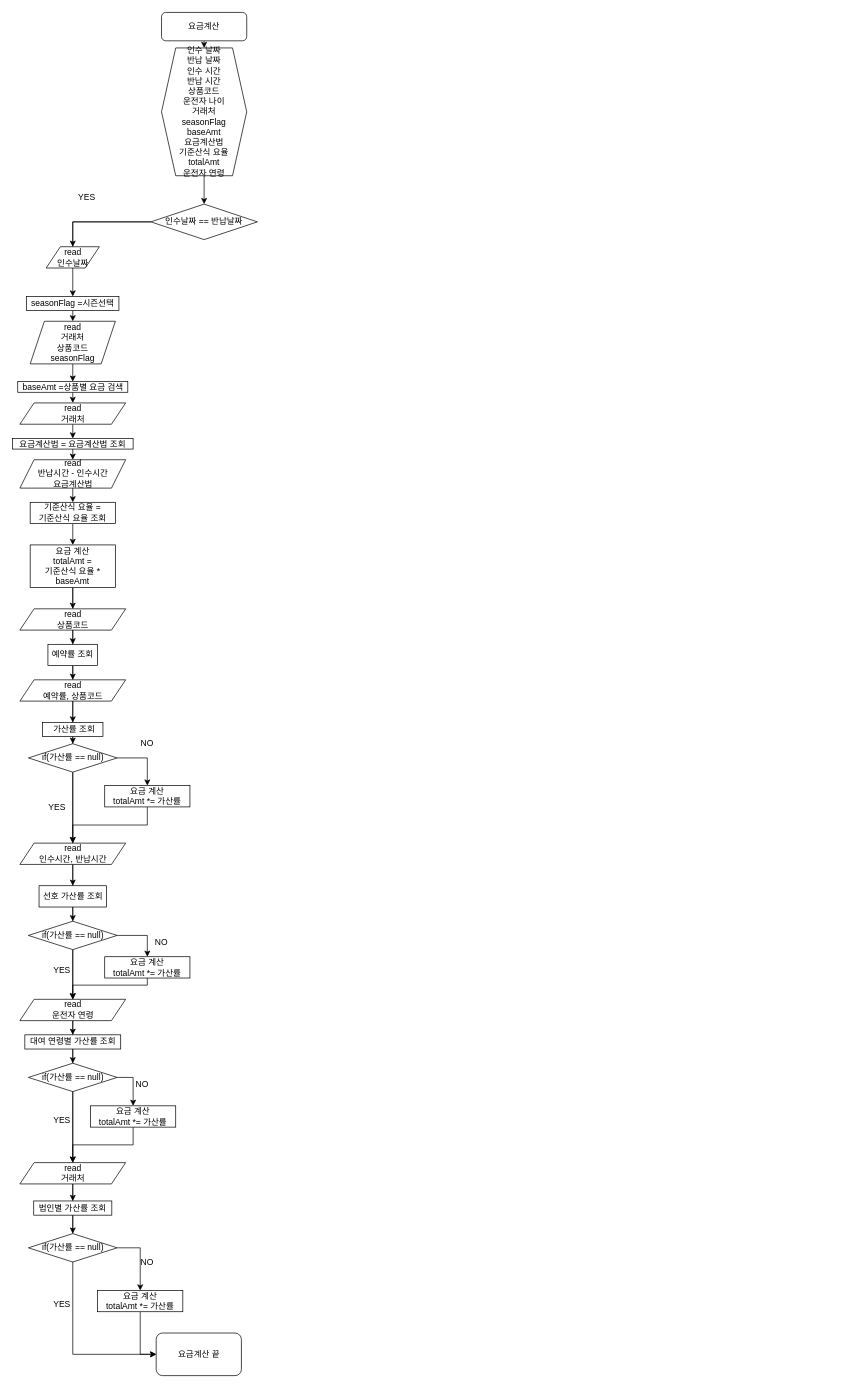
Before: AmtCalc.drawio in nsnnsn12/TestProject, a draw.io diagram. Source tidied: cells renumbered, new cells numbered last; positions are measured from the earlier drawing's top-left corner, leaving out a move shared by most shapes. Both pictures are drawn from the tidied source at 71%, with x=0, y=0 at pixel (12, 12).
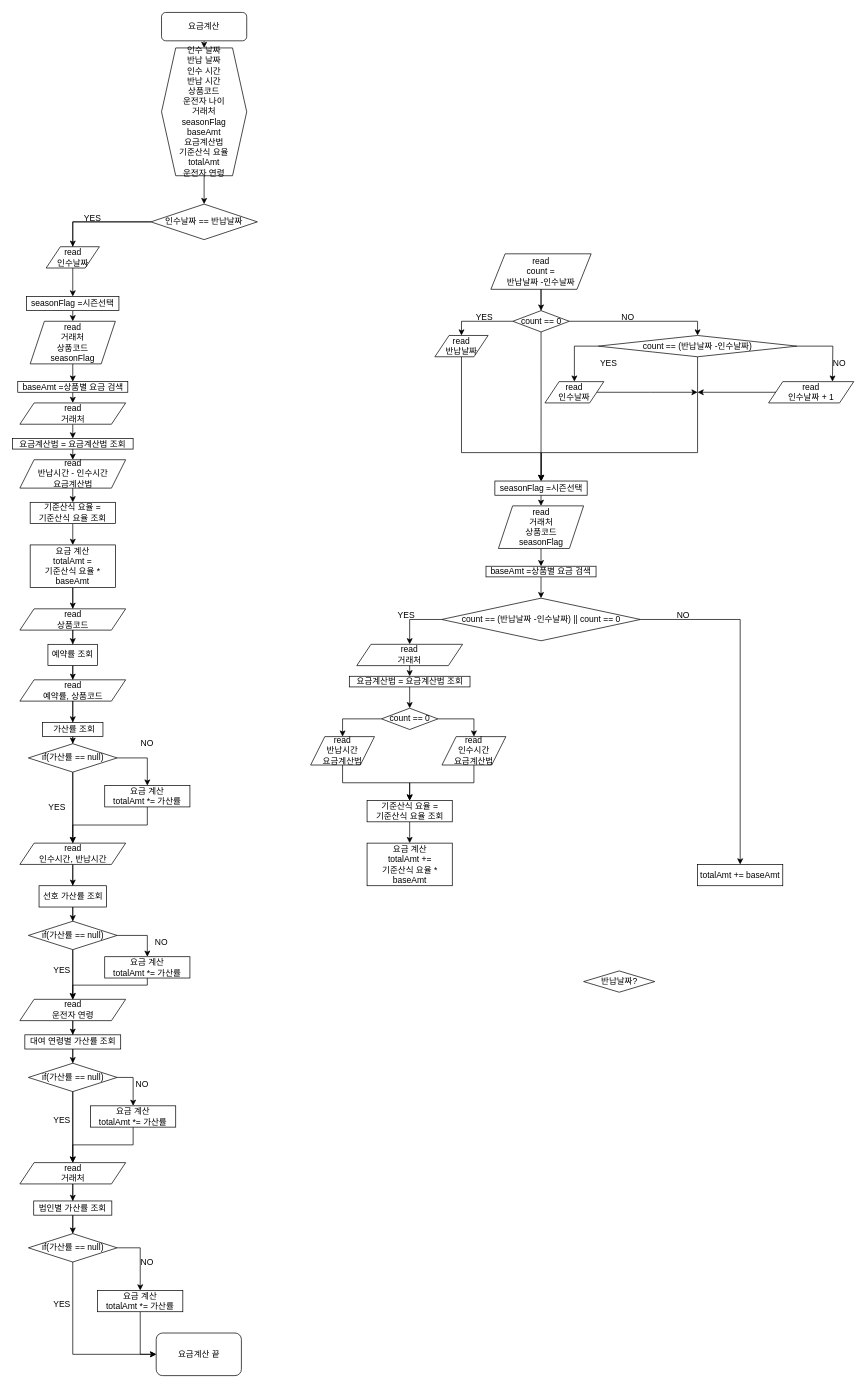
Above is the later version.

Change to the diagram source:
```diff
@@
     <mxCell id="17" value="YES" style="text;html=1;strokeColor=none;fillColor=none;align=center;verticalAlign=middle;whiteSpace=wrap;rounded=0;" parent="1" vertex="1">
-      <mxGeometry x="85" y="250" width="40" height="20" as="geometry" />
+      <mxGeometry x="92.5" y="280" width="40" height="20" as="geometry" />
     </mxCell>
@@
+    <mxCell id="77" style="edgeStyle=orthogonalEdgeStyle;rounded=0;jettySize=auto;html=1;exitX=0.5;exitY=1;exitDx=0;exitDy=0;entryX=0.5;entryY=0;entryDx=0;entryDy=0;" parent="1" edge="1" source="78" target="80">
+      <mxGeometry relative="1" as="geometry" />
+    </mxCell>
+    <mxCell id="78" value="read&lt;br&gt;거래처&lt;br&gt;상품코드&lt;br&gt;seasonFlag" style="shape=parallelogram;perimeter=parallelogramPerimeter;whiteSpace=wrap;html=1;fixedSize=1;" parent="1" vertex="1">
+      <mxGeometry x="684.5" y="695" width="120" height="60" as="geometry" />
+    </mxCell>
+    <mxCell id="79" style="edgeStyle=orthogonalEdgeStyle;rounded=0;jettySize=auto;html=1;exitX=0.5;exitY=1;exitDx=0;exitDy=0;entryX=0.5;entryY=0;entryDx=0;entryDy=0;" parent="1" edge="1" source="80" target="113">
+      <mxGeometry relative="1" as="geometry" />
+    </mxCell>
+    <mxCell id="80" value="baseAmt =상품별 요금 검색&lt;br&gt;" style="rounded=0;whiteSpace=wrap;html=1;" parent="1" vertex="1">
+      <mxGeometry x="667" y="780" width="155" height="15" as="geometry" />
+    </mxCell>
+    <mxCell id="81" style="edgeStyle=orthogonalEdgeStyle;rounded=0;jettySize=auto;html=1;exitX=0.5;exitY=1;exitDx=0;exitDy=0;entryX=0.5;entryY=0;entryDx=0;entryDy=0;startArrow=none;" parent="1" edge="1" source="95" target="85">
+      <mxGeometry relative="1" as="geometry" />
+    </mxCell>
+    <mxCell id="82" style="edgeStyle=orthogonalEdgeStyle;rounded=0;jettySize=auto;html=1;exitX=0.5;exitY=1;exitDx=0;exitDy=0;entryX=0.5;entryY=0;entryDx=0;entryDy=0;" parent="1" edge="1" source="83" target="95">
+      <mxGeometry relative="1" as="geometry" />
+    </mxCell>
+    <mxCell id="83" value="read&lt;br&gt;count =&lt;br&gt;반납날짜 -인수날짜" style="shape=parallelogram;perimeter=parallelogramPerimeter;whiteSpace=wrap;html=1;fixedSize=1;" parent="1" vertex="1">
+      <mxGeometry x="673.9" y="340" width="141.2" height="50" as="geometry" />
+    </mxCell>
+    <mxCell id="84" style="edgeStyle=orthogonalEdgeStyle;rounded=0;jettySize=auto;html=1;exitX=0.5;exitY=1;exitDx=0;exitDy=0;entryX=0.5;entryY=0;entryDx=0;entryDy=0;" parent="1" edge="1" source="85" target="78">
+      <mxGeometry relative="1" as="geometry" />
+    </mxCell>
+    <mxCell id="85" value="seasonFlag =시즌선택" style="rounded=0;whiteSpace=wrap;html=1;" parent="1" vertex="1">
+      <mxGeometry x="679.5" y="660" width="130" height="20" as="geometry" />
+    </mxCell>
+    <mxCell id="86" style="edgeStyle=orthogonalEdgeStyle;rounded=0;jettySize=auto;html=1;exitX=0.5;exitY=1;exitDx=0;exitDy=0;entryX=0.5;entryY=0;entryDx=0;entryDy=0;" parent="1" edge="1" source="87" target="89">
+      <mxGeometry relative="1" as="geometry" />
+    </mxCell>
+    <mxCell id="87" value="read&lt;br&gt;거래처" style="shape=parallelogram;perimeter=parallelogramPerimeter;whiteSpace=wrap;html=1;fixedSize=1;" parent="1" vertex="1">
+      <mxGeometry x="485" y="890" width="149" height="30" as="geometry" />
+    </mxCell>
+    <mxCell id="88" style="edgeStyle=orthogonalEdgeStyle;rounded=0;jettySize=auto;html=1;exitX=0.5;exitY=1;exitDx=0;exitDy=0;entryX=0.5;entryY=0;entryDx=0;entryDy=0;" parent="1" edge="1" source="89" target="117">
+      <mxGeometry relative="1" as="geometry" />
+    </mxCell>
+    <mxCell id="89" value="요금계산법 = 요금계산법 조회" style="rounded=0;whiteSpace=wrap;html=1;" parent="1" vertex="1">
+      <mxGeometry x="474.5" y="935" width="170" height="15" as="geometry" />
+    </mxCell>
+    <mxCell id="90" style="edgeStyle=orthogonalEdgeStyle;rounded=0;jettySize=auto;html=1;exitX=0.5;exitY=1;exitDx=0;exitDy=0;entryX=0.5;entryY=0;entryDx=0;entryDy=0;" parent="1" edge="1" source="91" target="92">
+      <mxGeometry relative="1" as="geometry" />
+    </mxCell>
+    <mxCell id="91" value="기준산식 요율 = &lt;br&gt;기준산식 요율 조회" style="rounded=0;whiteSpace=wrap;html=1;" parent="1" vertex="1">
+      <mxGeometry x="499.5" y="1110" width="120" height="30" as="geometry" />
+    </mxCell>
+    <mxCell id="92" value="요금 계산&lt;br&gt;totalAmt +=&lt;br&gt;기준산식 요율 * baseAmt" style="rounded=0;whiteSpace=wrap;html=1;" parent="1" vertex="1">
+      <mxGeometry x="499.5" y="1170" width="120" height="60" as="geometry" />
+    </mxCell>
+    <mxCell id="93" style="edgeStyle=orthogonalEdgeStyle;rounded=0;jettySize=auto;html=1;exitX=0;exitY=0.5;exitDx=0;exitDy=0;" parent="1" edge="1" source="95" target="98">
+      <mxGeometry relative="1" as="geometry" />
+    </mxCell>
+    <mxCell id="94" style="edgeStyle=orthogonalEdgeStyle;rounded=0;jettySize=auto;html=1;exitX=1;exitY=0.5;exitDx=0;exitDy=0;entryX=0.5;entryY=0;entryDx=0;entryDy=0;" parent="1" edge="1" source="95" target="104">
+      <mxGeometry relative="1" as="geometry" />
+    </mxCell>
+    <mxCell id="95" value="count == 0" style="rhombus;whiteSpace=wrap;html=1;" parent="1" vertex="1">
+      <mxGeometry x="704.8" y="420" width="79.5" height="30" as="geometry" />
+    </mxCell>
+    <mxCell id="96" style="edgeStyle=orthogonalEdgeStyle;rounded=0;jettySize=auto;html=1;exitX=0.5;exitY=1;exitDx=0;exitDy=0;entryX=0.5;entryY=0;entryDx=0;entryDy=0;endArrow=none;" parent="1" edge="1" source="83" target="95">
+      <mxGeometry relative="1" as="geometry" />
+    </mxCell>
+    <mxCell id="97" style="edgeStyle=orthogonalEdgeStyle;rounded=0;jettySize=auto;html=1;exitX=0.5;exitY=1;exitDx=0;exitDy=0;entryX=0.5;entryY=0;entryDx=0;entryDy=0;" parent="1" edge="1" source="98" target="85">
+      <mxGeometry relative="1" as="geometry">
+        <Array as="points">
+          <mxPoint x="633" y="620" />
+          <mxPoint x="745" y="620" />
+        </Array>
+      </mxGeometry>
+    </mxCell>
+    <mxCell id="98" value="read&lt;br&gt;반납날짜" style="shape=parallelogram;perimeter=parallelogramPerimeter;whiteSpace=wrap;html=1;fixedSize=1;" parent="1" vertex="1">
+      <mxGeometry x="595" y="455" width="75" height="30" as="geometry" />
+    </mxCell>
+    <mxCell id="99" value="YES" style="text;html=1;strokeColor=none;fillColor=none;align=center;verticalAlign=middle;whiteSpace=wrap;rounded=0;" parent="1" vertex="1">
+      <mxGeometry x="644.5" y="420" width="40" height="20" as="geometry" />
+    </mxCell>
+    <mxCell id="100" value="NO" style="text;html=1;strokeColor=none;fillColor=none;align=center;verticalAlign=middle;whiteSpace=wrap;rounded=0;" parent="1" vertex="1">
+      <mxGeometry x="847" y="420" width="40" height="20" as="geometry" />
+    </mxCell>
+    <mxCell id="101" style="edgeStyle=orthogonalEdgeStyle;rounded=0;jettySize=auto;html=1;exitX=1;exitY=0.5;exitDx=0;exitDy=0;entryX=0.5;entryY=0;entryDx=0;entryDy=0;" parent="1" edge="1" source="104">
+      <mxGeometry relative="1" as="geometry">
+        <mxPoint x="1155" y="520" as="targetPoint" />
+      </mxGeometry>
+    </mxCell>
+    <mxCell id="102" style="edgeStyle=orthogonalEdgeStyle;rounded=0;jettySize=auto;html=1;exitX=0.5;exitY=1;exitDx=0;exitDy=0;" parent="1" edge="1" source="104" target="85">
+      <mxGeometry relative="1" as="geometry">
+        <Array as="points">
+          <mxPoint x="965" y="620" />
+          <mxPoint x="745" y="620" />
+        </Array>
+      </mxGeometry>
+    </mxCell>
+    <mxCell id="103" style="edgeStyle=orthogonalEdgeStyle;rounded=0;jettySize=auto;html=1;exitX=0;exitY=0.5;exitDx=0;exitDy=0;entryX=0.5;entryY=0;entryDx=0;entryDy=0;" parent="1" edge="1" source="104" target="106">
+      <mxGeometry relative="1" as="geometry" />
+    </mxCell>
+    <mxCell id="104" value="count == (반납날짜 -인수날짜)" style="rhombus;whiteSpace=wrap;html=1;" parent="1" vertex="1">
+      <mxGeometry x="825" y="455" width="280" height="30" as="geometry" />
+    </mxCell>
+    <mxCell id="105" style="edgeStyle=orthogonalEdgeStyle;rounded=0;jettySize=auto;html=1;" parent="1" edge="1" source="106">
+      <mxGeometry relative="1" as="geometry">
+        <mxPoint x="965" y="535" as="targetPoint" />
+      </mxGeometry>
+    </mxCell>
+    <mxCell id="106" value="read&lt;br&gt;인수날짜" style="shape=parallelogram;perimeter=parallelogramPerimeter;whiteSpace=wrap;html=1;fixedSize=1;" parent="1" vertex="1">
+      <mxGeometry x="750" y="520" width="83" height="30" as="geometry" />
+    </mxCell>
+    <mxCell id="107" style="edgeStyle=orthogonalEdgeStyle;rounded=0;orthogonalLoop=1;jettySize=auto;html=1;" parent="1" edge="1">
+      <mxGeometry relative="1" as="geometry">
+        <mxPoint x="1105" y="535" as="sourcePoint" />
+        <mxPoint x="965" y="535" as="targetPoint" />
+      </mxGeometry>
+    </mxCell>
+    <mxCell id="108" value="read&lt;br&gt;인수날짜 + 1" style="shape=parallelogram;perimeter=parallelogramPerimeter;whiteSpace=wrap;html=1;fixedSize=1;" parent="1" vertex="1">
+      <mxGeometry x="1065" y="520" width="120" height="30" as="geometry" />
+    </mxCell>
+    <mxCell id="109" value="YES" style="text;html=1;strokeColor=none;fillColor=none;align=center;verticalAlign=middle;whiteSpace=wrap;rounded=0;" parent="1" vertex="1">
+      <mxGeometry x="819.5" y="485" width="40" height="20" as="geometry" />
+    </mxCell>
+    <mxCell id="110" value="NO" style="text;html=1;strokeColor=none;fillColor=none;align=center;verticalAlign=middle;whiteSpace=wrap;rounded=0;" parent="1" vertex="1">
+      <mxGeometry x="1145" y="485" width="40" height="20" as="geometry" />
+    </mxCell>
+    <mxCell id="111" style="edgeStyle=orthogonalEdgeStyle;rounded=0;jettySize=auto;html=1;exitX=1;exitY=0.5;exitDx=0;exitDy=0;" parent="1" edge="1" source="113" target="114">
+      <mxGeometry relative="1" as="geometry" />
+    </mxCell>
+    <mxCell id="112" style="edgeStyle=orthogonalEdgeStyle;rounded=0;jettySize=auto;html=1;exitX=0;exitY=0.5;exitDx=0;exitDy=0;" parent="1" edge="1" source="113" target="87">
+      <mxGeometry relative="1" as="geometry" />
+    </mxCell>
+    <mxCell id="113" value="count == (반납날짜 -인수날짜) || count == 0" style="rhombus;whiteSpace=wrap;html=1;" parent="1" vertex="1">
+      <mxGeometry x="604.5" y="825" width="280" height="60" as="geometry" />
+    </mxCell>
+    <mxCell id="114" value="totalAmt += baseAmt" style="rounded=0;whiteSpace=wrap;html=1;" parent="1" vertex="1">
+      <mxGeometry x="965" y="1200" width="120" height="30" as="geometry" />
+    </mxCell>
+    <mxCell id="115" style="edgeStyle=orthogonalEdgeStyle;rounded=0;jettySize=auto;html=1;exitX=1;exitY=0.5;exitDx=0;exitDy=0;" parent="1" edge="1" source="117" target="123">
+      <mxGeometry relative="1" as="geometry" />
+    </mxCell>
+    <mxCell id="116" style="edgeStyle=orthogonalEdgeStyle;rounded=0;jettySize=auto;html=1;exitX=0;exitY=0.5;exitDx=0;exitDy=0;" parent="1" edge="1" source="117" target="121">
+      <mxGeometry relative="1" as="geometry" />
+    </mxCell>
+    <mxCell id="117" value="count == 0" style="rhombus;whiteSpace=wrap;html=1;" parent="1" vertex="1">
+      <mxGeometry x="519.8" y="980" width="79.5" height="30" as="geometry" />
+    </mxCell>
+    <mxCell id="118" value="NO" style="text;html=1;strokeColor=none;fillColor=none;align=center;verticalAlign=middle;whiteSpace=wrap;rounded=0;" parent="1" vertex="1">
+      <mxGeometry x="925" y="840" width="40" height="20" as="geometry" />
+    </mxCell>
+    <mxCell id="119" value="YES" style="text;html=1;strokeColor=none;fillColor=none;align=center;verticalAlign=middle;whiteSpace=wrap;rounded=0;" parent="1" vertex="1">
+      <mxGeometry x="535" y="840" width="40" height="20" as="geometry" />
+    </mxCell>
+    <mxCell id="120" style="edgeStyle=orthogonalEdgeStyle;rounded=0;jettySize=auto;html=1;exitX=0.5;exitY=1;exitDx=0;exitDy=0;" parent="1" edge="1" source="121" target="91">
+      <mxGeometry relative="1" as="geometry" />
+    </mxCell>
+    <mxCell id="121" value="read&lt;br&gt;반납시간&lt;br&gt;요금계산법" style="shape=parallelogram;perimeter=parallelogramPerimeter;whiteSpace=wrap;html=1;fixedSize=1;" parent="1" vertex="1">
+      <mxGeometry x="420" y="1020" width="90" height="40" as="geometry" />
+    </mxCell>
+    <mxCell id="122" style="edgeStyle=orthogonalEdgeStyle;rounded=0;jettySize=auto;html=1;exitX=0.5;exitY=1;exitDx=0;exitDy=0;" parent="1" edge="1" source="123" target="91">
+      <mxGeometry relative="1" as="geometry" />
+    </mxCell>
+    <mxCell id="123" value="read&lt;br&gt;인수시간&lt;br&gt;요금계산법" style="shape=parallelogram;perimeter=parallelogramPerimeter;whiteSpace=wrap;html=1;fixedSize=1;" parent="1" vertex="1">
+      <mxGeometry x="605" y="1020" width="90" height="40" as="geometry" />
+    </mxCell>
+    <mxCell id="124" value="반납날짜?" style="rhombus;whiteSpace=wrap;html=1;" parent="1" vertex="1">
+      <mxGeometry x="804.5" y="1350" width="100.2" height="30" as="geometry" />
+    </mxCell>
```
